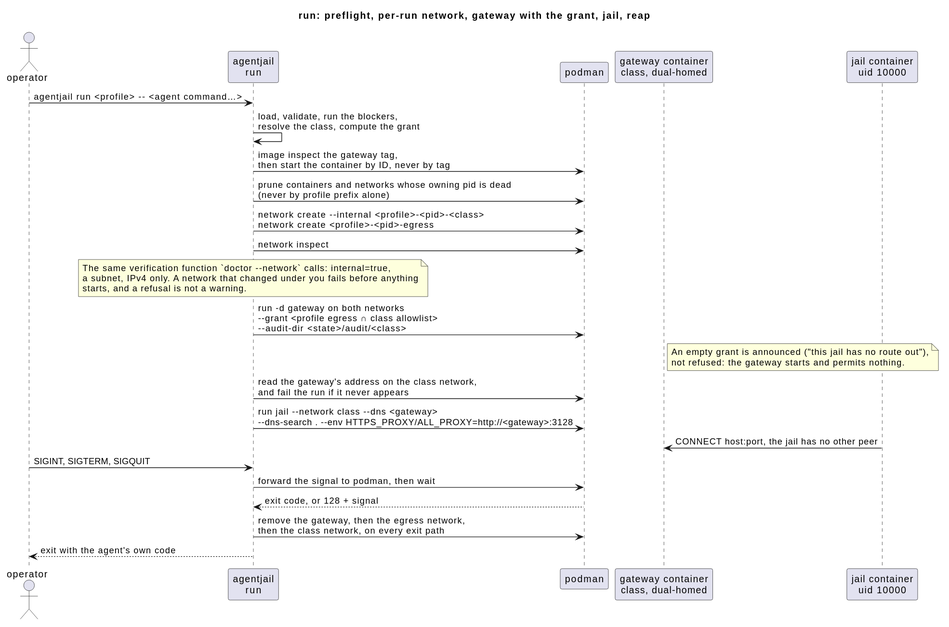
Before: docs/diagrams/run-lifecycle.svg, a diagram exported from PlantUML (Breinich/agentjail). The source it was exported from:
```plantuml
@startuml
title run: preflight, per-run network, gateway with the grant, jail, reap

actor "operator" as H
participant "agentjail\nrun" as C
participant "podman" as P
participant "gateway container\nclass, dual-homed" as G
participant "jail container\nuid 10000" as J

H -> C : agentjail run <profile> &#45;&#45; <agent command…>
C -> C : load, validate, run the blockers,\nresolve the class, compute the grant
C -> P : image inspect the gateway tag,\nthen start the container by ID, never by tag
C -> P : prune containers and networks whose owning pid is dead\n(never by profile prefix alone)
C -> P : network create &#45;&#45;internal <profile>-<pid>-<class>\nnetwork create <profile>-<pid>-egress
C -> P : network inspect
note over C
  The same verification function `doctor &#45;&#45;network` calls: internal=true,
  a subnet, IPv4 only. A network that changed under you fails before anything
  starts, and a refusal is not a warning.
end note
C -> P : run -d gateway on both networks\n&#45;&#45;grant <profile egress ∩ class allowlist>\n&#45;&#45;audit-dir <state>/audit/<class>
note right of G
  An empty grant is announced ("this jail has no route out"),
  not refused: the gateway starts and permits nothing.
end note
C -> P : read the gateway's address on the class network,\nand fail the run if it never appears
C -> P : run jail &#45;&#45;network class &#45;&#45;dns <gateway>\n&#45;&#45;dns-search . &#45;&#45;env HTTPS_PROXY/ALL_PROXY=http://<gateway>:3128
J -> G : CONNECT host:port, the jail has no other peer
H -> C : SIGINT, SIGTERM, SIGQUIT
C -> P : forward the signal to podman, then wait
P --> C : exit code, or 128 + signal
C -> P : remove the gateway, then the egress network,\nthen the class network, on every exit path
C --> H : exit with the agent's own code
@enduml
```
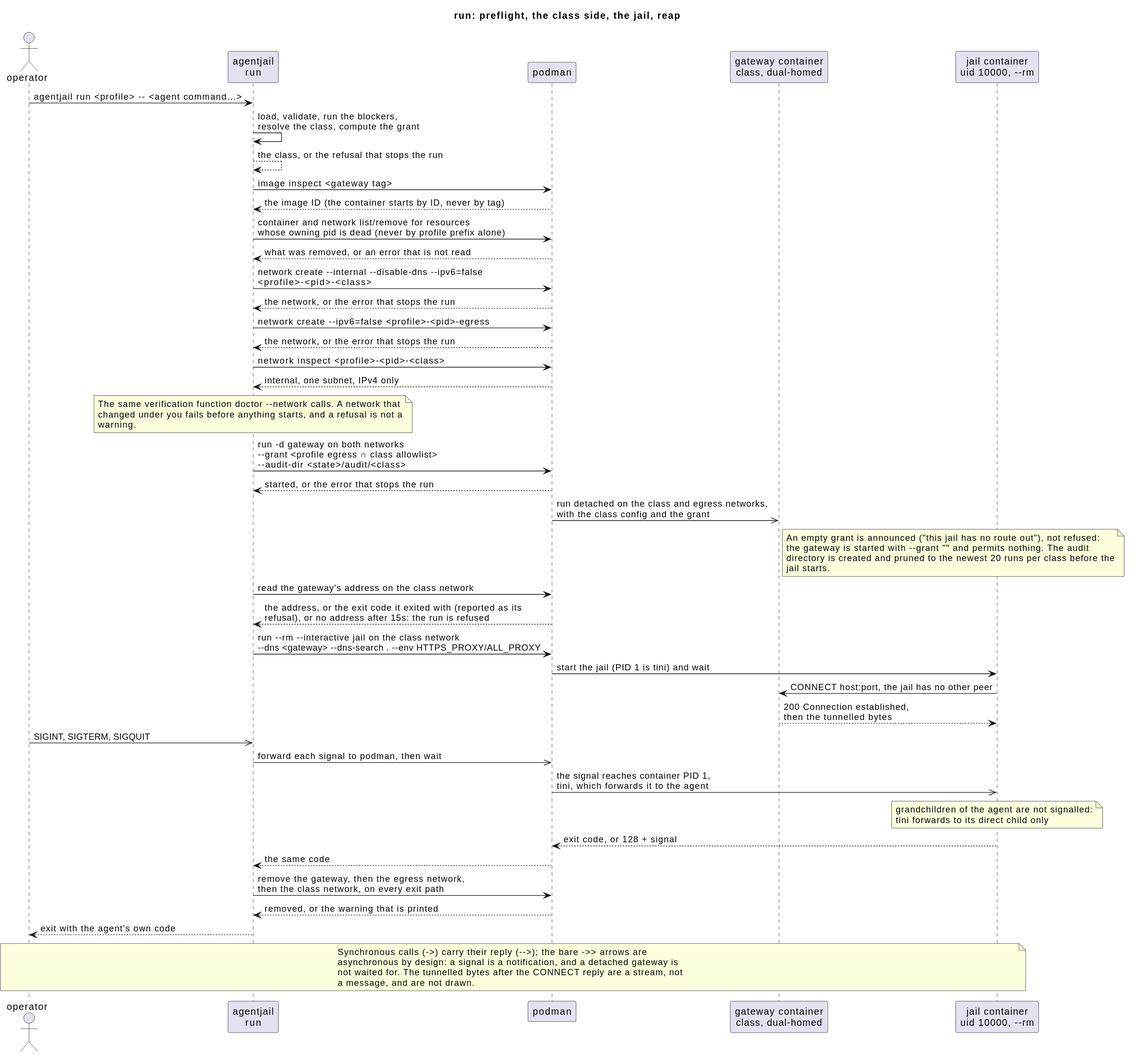
The same file after the commit.

The edit, as a diff of the source:
```diff
@@ -1,34 +1,58 @@
 @startuml
-title run: preflight, per-run network, gateway with the grant, jail, reap
+title run: preflight, the class side, the jail, reap
 
 actor "operator" as H
 participant "agentjail\nrun" as C
 participant "podman" as P
 participant "gateway container\nclass, dual-homed" as G
-participant "jail container\nuid 10000" as J
+participant "jail container\nuid 10000, --rm" as J
 
 H -> C : agentjail run <profile> &#45;&#45; <agent command…>
 C -> C : load, validate, run the blockers,\nresolve the class, compute the grant
-C -> P : image inspect the gateway tag,\nthen start the container by ID, never by tag
-C -> P : prune containers and networks whose owning pid is dead\n(never by profile prefix alone)
-C -> P : network create &#45;&#45;internal <profile>-<pid>-<class>\nnetwork create <profile>-<pid>-egress
-C -> P : network inspect
+C --> C : the class, or the refusal that stops the run
+C -> P : image inspect <gateway tag>
+P --> C : the image ID (the container starts by ID, never by tag)
+C -> P : container and network list/remove for resources\nwhose owning pid is dead (never by profile prefix alone)
+P --> C : what was removed, or an error that is not read
+C -> P : network create &#45;&#45;internal &#45;&#45;disable-dns &#45;&#45;ipv6=false\n<profile>-<pid>-<class>
+P --> C : the network, or the error that stops the run
+C -> P : network create &#45;&#45;ipv6=false <profile>-<pid>-egress
+P --> C : the network, or the error that stops the run
+C -> P : network inspect <profile>-<pid>-<class>
+P --> C : internal, one subnet, IPv4 only
 note over C
-  The same verification function `doctor &#45;&#45;network` calls: internal=true,
-  a subnet, IPv4 only. A network that changed under you fails before anything
-  starts, and a refusal is not a warning.
+  The same verification function doctor &#45;&#45;network calls. A network that
+  changed under you fails before anything starts, and a refusal is not a
+  warning.
 end note
 C -> P : run -d gateway on both networks\n&#45;&#45;grant <profile egress ∩ class allowlist>\n&#45;&#45;audit-dir <state>/audit/<class>
+P --> C : started, or the error that stops the run
+P ->> G : run detached on the class and egress networks,\nwith the class config and the grant
 note right of G
-  An empty grant is announced ("this jail has no route out"),
-  not refused: the gateway starts and permits nothing.
+  An empty grant is announced ("this jail has no route out"), not refused:
+  the gateway is started with --grant "" and permits nothing. The audit
+  directory is created and pruned to the newest 20 runs per class before the
+  jail starts.
 end note
-C -> P : read the gateway's address on the class network,\nand fail the run if it never appears
-C -> P : run jail &#45;&#45;network class &#45;&#45;dns <gateway>\n&#45;&#45;dns-search . &#45;&#45;env HTTPS_PROXY/ALL_PROXY=http://<gateway>:3128
+C -> P : read the gateway's address on the class network
+P --> C : the address, or the exit code it exited with (reported as its\nrefusal), or no address after 15s: the run is refused
+C -> P : run &#45;&#45;rm &#45;&#45;interactive jail on the class network\n&#45;&#45;dns <gateway> &#45;&#45;dns-search . &#45;&#45;env HTTPS_PROXY/ALL_PROXY
+P -> J : start the jail (PID 1 is tini) and wait
 J -> G : CONNECT host:port, the jail has no other peer
-H -> C : SIGINT, SIGTERM, SIGQUIT
-C -> P : forward the signal to podman, then wait
-P --> C : exit code, or 128 + signal
+G --> J : 200 Connection established,\nthen the tunnelled bytes
+H ->> C : SIGINT, SIGTERM, SIGQUIT
+C ->> P : forward each signal to podman, then wait
+P ->> J : the signal reaches container PID 1,\ntini, which forwards it to the agent
+note over J : grandchildren of the agent are not signalled:\ntini forwards to its direct child only
+J --> P : exit code, or 128 + signal
+P --> C : the same code
 C -> P : remove the gateway, then the egress network,\nthen the class network, on every exit path
+P --> C : removed, or the warning that is printed
 C --> H : exit with the agent's own code
+note over H, J
+  Synchronous calls (->) carry their reply (-->); the bare ->> arrows are
+  asynchronous by design: a signal is a notification, and a detached gateway is
+  not waited for. The tunnelled bytes after the CONNECT reply are a stream, not
+  a message, and are not drawn.
+end note
 @enduml
```
